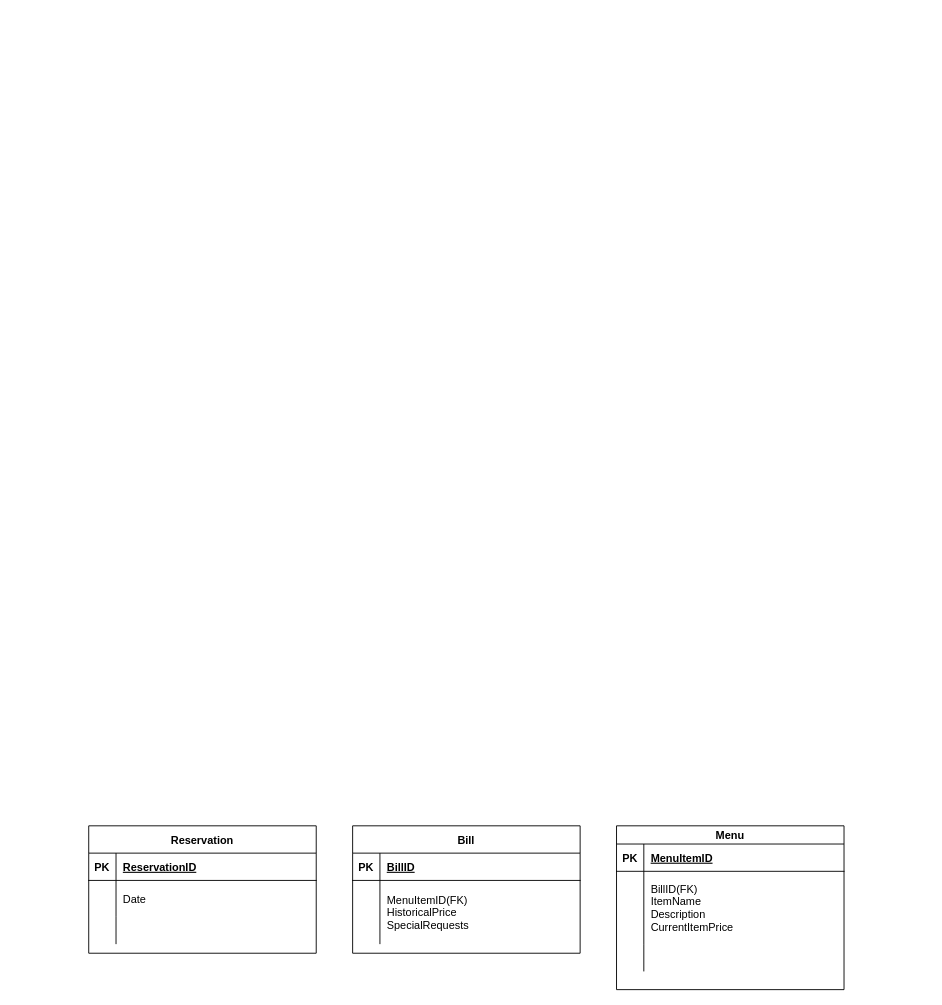
Above: Untitled Diagram.drawio in atomas28/atomas28.github.io (draw.io), before the change. Source tidied: cells renumbered, new cells numbered last; positions are measured from the earlier drawing's top-left corner, leaving out a move shared by most shapes. Both pictures are drawn from the tidied source at 91%, with x=0, y=0 at pixel (88, 825).
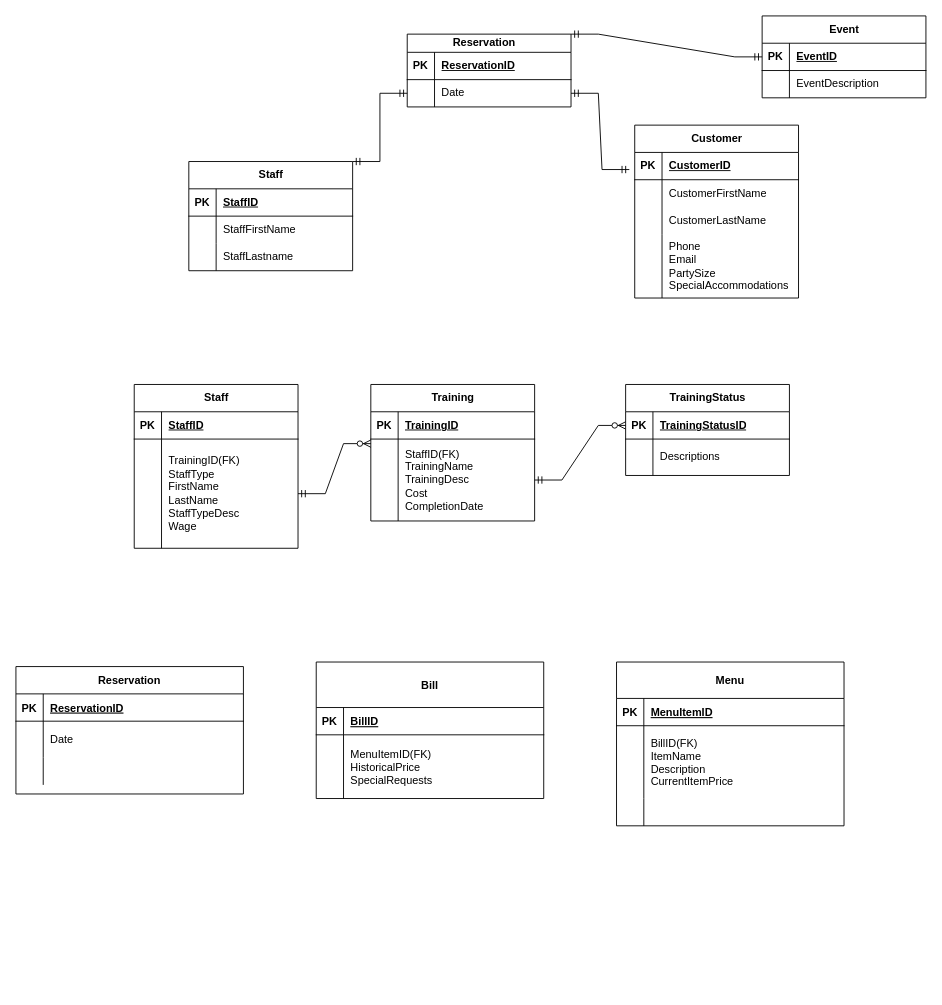
The same diagram, later.

Change to the diagram source:
```diff
@@
     <mxCell id="2" value="Reservation" style="shape=table;startSize=30;childLayout=tableLayout;rowLines=0;fontStyle=1;align=center;" parent="1" vertex="1">
-      <mxGeometry width="250" height="140" as="geometry" />
+      <mxGeometry x="-80" y="-175" width="250" height="140" as="geometry" />
     </mxCell>
@@
-    <mxCell id="12" value="Menu" style="shape=table;startSize=20;childLayout=tableLayout;rowLines=0;fontStyle=1;align=center;" parent="1" vertex="1">
-      <mxGeometry x="580" width="250" height="180" as="geometry" />
+    <mxCell id="12" value="Menu" style="shape=table;startSize=40;childLayout=tableLayout;rowLines=0;fontStyle=1;align=center;" parent="1" vertex="1">
+      <mxGeometry x="580" y="-180" width="250" height="180" as="geometry" />
     </mxCell>
     <mxCell id="13" style="shape=partialRectangle;fillColor=none;top=0;left=0;right=0;bottom=1;" parent="12" vertex="1">
-      <mxGeometry y="20" width="250" height="30" as="geometry" />
+      <mxGeometry y="40" width="250" height="30" as="geometry" />
     </mxCell>
@@
     <mxCell id="16" style="shape=partialRectangle;fillColor=none;top=0;left=0;right=0;bottom=0;" parent="12" vertex="1">
-      <mxGeometry y="50" width="250" height="80" as="geometry" />
+      <mxGeometry y="70" width="250" height="80" as="geometry" />
     </mxCell>
@@
     <mxCell id="19" style="shape=partialRectangle;fillColor=none;top=0;left=0;right=0;bottom=0;" parent="12" vertex="1">
-      <mxGeometry y="130" width="250" height="30" as="geometry" />
+      <mxGeometry y="150" width="250" height="30" as="geometry" />
     </mxCell>
@@
-    <mxCell id="22" value="Bill" style="shape=table;startSize=30;childLayout=tableLayout;rowLines=0;fontStyle=1;align=center;" parent="1" vertex="1">
-      <mxGeometry x="290" width="250" height="140" as="geometry" />
+    <mxCell id="22" value="Bill" style="shape=table;startSize=50;childLayout=tableLayout;rowLines=0;fontStyle=1;align=center;" parent="1" vertex="1">
+      <mxGeometry x="250" y="-180" width="250" height="150" as="geometry" />
     </mxCell>
     <mxCell id="23" style="shape=partialRectangle;fillColor=none;top=0;left=0;right=0;bottom=1;" parent="22" vertex="1">
-      <mxGeometry y="30" width="250" height="30" as="geometry" />
+      <mxGeometry y="50" width="250" height="30" as="geometry" />
     </mxCell>
@@
     <mxCell id="26" style="shape=partialRectangle;fillColor=none;top=0;left=0;right=0;bottom=0;" parent="22" vertex="1">
-      <mxGeometry y="60" width="250" height="70" as="geometry" />
+      <mxGeometry y="80" width="250" height="70" as="geometry" />
     </mxCell>
@@
+    <mxCell id="29" value="Reservation&lt;span style=&quot;white-space: pre;&quot;&gt;&#9;&lt;/span&gt;" style="shape=table;startSize=20;childLayout=tableLayout;rowLines=0;fontStyle=1;align=center;html=1;" parent="1" vertex="1">
+      <mxGeometry x="350" y="-870" width="180" height="80" as="geometry" />
+    </mxCell>
+    <mxCell id="30" style="shape=tableRow;horizontal=0;startSize=0;swimlaneHead=0;swimlaneBody=0;fillColor=none;top=0;left=0;right=0;bottom=1;" parent="29" vertex="1">
+      <mxGeometry y="20" width="180" height="30" as="geometry" />
+    </mxCell>
+    <mxCell id="31" value="PK" style="shape=partialRectangle;fillColor=none;top=0;left=0;bottom=0;right=0;fontStyle=1;overflow=hidden;whiteSpace=wrap;html=1;" parent="30" vertex="1">
+      <mxGeometry width="30" height="30" as="geometry" />
+    </mxCell>
+    <mxCell id="32" value="ReservationID" style="shape=partialRectangle;fillColor=none;top=0;left=0;bottom=0;right=0;align=left;spacingLeft=6;fontStyle=5;overflow=hidden;whiteSpace=wrap;html=1;" parent="30" vertex="1">
+      <mxGeometry x="30" width="150" height="30" as="geometry" />
+    </mxCell>
+    <mxCell id="33" style="shape=tableRow;horizontal=0;startSize=0;swimlaneHead=0;swimlaneBody=0;fillColor=none;points=[[0,0.5],[1,0.5]];portConstraint=eastwest;top=0;left=0;right=0;bottom=0;" parent="29" vertex="1">
+      <mxGeometry y="50" width="180" height="30" as="geometry" />
+    </mxCell>
+    <mxCell id="34" style="shape=partialRectangle;fillColor=none;top=0;left=0;bottom=0;right=0;overflow=hidden;whiteSpace=wrap;html=1;" parent="33" vertex="1">
+      <mxGeometry width="30" height="30" as="geometry" />
+    </mxCell>
+    <mxCell id="35" value="Date" style="shape=partialRectangle;fillColor=none;top=0;left=0;bottom=0;right=0;align=left;spacingLeft=6;overflow=hidden;whiteSpace=wrap;html=1;" parent="33" vertex="1">
+      <mxGeometry x="30" width="150" height="30" as="geometry" />
+    </mxCell>
+    <mxCell id="36" value="Staff" style="shape=table;startSize=30;childLayout=tableLayout;rowLines=0;fontStyle=1;align=center;html=1;" parent="1" vertex="1">
+      <mxGeometry x="110" y="-730" width="180" height="120" as="geometry" />
+    </mxCell>
+    <mxCell id="37" style="shape=tableRow;horizontal=0;startSize=0;swimlaneHead=0;swimlaneBody=0;fillColor=none;top=0;left=0;right=0;bottom=1;" parent="36" vertex="1">
+      <mxGeometry y="30" width="180" height="30" as="geometry" />
+    </mxCell>
+    <mxCell id="38" value="PK" style="shape=partialRectangle;fillColor=none;top=0;left=0;bottom=0;right=0;fontStyle=1;overflow=hidden;whiteSpace=wrap;html=1;" parent="37" vertex="1">
+      <mxGeometry width="30" height="30" as="geometry" />
+    </mxCell>
+    <mxCell id="39" value="StaffID" style="shape=partialRectangle;fillColor=none;top=0;left=0;bottom=0;right=0;align=left;spacingLeft=6;fontStyle=5;overflow=hidden;whiteSpace=wrap;html=1;" parent="37" vertex="1">
+      <mxGeometry x="30" width="150" height="30" as="geometry" />
+    </mxCell>
+    <mxCell id="40" style="shape=tableRow;horizontal=0;startSize=0;swimlaneHead=0;swimlaneBody=0;fillColor=none;top=0;left=0;right=0;bottom=0;" parent="36" vertex="1">
+      <mxGeometry y="60" width="180" height="30" as="geometry" />
+    </mxCell>
+    <mxCell id="41" style="shape=partialRectangle;fillColor=none;top=0;left=0;bottom=0;right=0;overflow=hidden;whiteSpace=wrap;html=1;" parent="40" vertex="1">
+      <mxGeometry width="30" height="30" as="geometry" />
+    </mxCell>
+    <mxCell id="42" value="StaffFirstName" style="shape=partialRectangle;fillColor=none;top=0;left=0;bottom=0;right=0;align=left;spacingLeft=6;overflow=hidden;whiteSpace=wrap;html=1;" parent="40" vertex="1">
+      <mxGeometry x="30" width="150" height="30" as="geometry" />
+    </mxCell>
+    <mxCell id="43" style="shape=tableRow;horizontal=0;startSize=0;swimlaneHead=0;swimlaneBody=0;fillColor=none;top=0;left=0;right=0;bottom=0;" parent="36" vertex="1">
+      <mxGeometry y="90" width="180" height="30" as="geometry" />
+    </mxCell>
+    <mxCell id="44" style="shape=partialRectangle;fillColor=none;top=0;left=0;bottom=0;right=0;overflow=hidden;whiteSpace=wrap;html=1;" parent="43" vertex="1">
+      <mxGeometry width="30" height="30" as="geometry" />
+    </mxCell>
+    <mxCell id="45" value="StaffLastname" style="shape=partialRectangle;fillColor=none;top=0;left=0;bottom=0;right=0;align=left;spacingLeft=6;overflow=hidden;whiteSpace=wrap;html=1;" parent="43" vertex="1">
+      <mxGeometry x="30" width="150" height="30" as="geometry" />
+    </mxCell>
+    <mxCell id="46" value="Customer" style="shape=table;startSize=30;childLayout=tableLayout;rowLines=0;fontStyle=1;align=center;html=1;" parent="1" vertex="1">
+      <mxGeometry x="600" y="-770" width="180" height="190" as="geometry" />
+    </mxCell>
+    <mxCell id="47" style="shape=tableRow;horizontal=0;startSize=0;swimlaneHead=0;swimlaneBody=0;fillColor=none;points=[[0,0.5],[1,0.5]];portConstraint=eastwest;top=0;left=0;right=0;bottom=1;" parent="46" vertex="1">
+      <mxGeometry y="30" width="180" height="30" as="geometry" />
+    </mxCell>
+    <mxCell id="48" value="PK" style="shape=partialRectangle;fillColor=none;top=0;left=0;bottom=0;right=0;fontStyle=1;overflow=hidden;whiteSpace=wrap;html=1;" parent="47" vertex="1">
+      <mxGeometry width="30" height="30" as="geometry" />
+    </mxCell>
+    <mxCell id="49" value="CustomerID" style="shape=partialRectangle;fillColor=none;top=0;left=0;bottom=0;right=0;align=left;spacingLeft=6;fontStyle=5;overflow=hidden;whiteSpace=wrap;html=1;" parent="47" vertex="1">
+      <mxGeometry x="30" width="150" height="30" as="geometry" />
+    </mxCell>
+    <mxCell id="50" style="shape=tableRow;horizontal=0;startSize=0;swimlaneHead=0;swimlaneBody=0;fillColor=none;top=0;left=0;right=0;bottom=0;" parent="46" vertex="1">
+      <mxGeometry y="60" width="180" height="30" as="geometry" />
+    </mxCell>
+    <mxCell id="51" style="shape=partialRectangle;fillColor=none;top=0;left=0;bottom=0;right=0;overflow=hidden;whiteSpace=wrap;html=1;" parent="50" vertex="1">
+      <mxGeometry width="30" height="30" as="geometry" />
+    </mxCell>
+    <mxCell id="52" value="CustomerFirstName" style="shape=partialRectangle;fillColor=none;top=0;left=0;bottom=0;right=0;align=left;spacingLeft=6;overflow=hidden;whiteSpace=wrap;html=1;" parent="50" vertex="1">
+      <mxGeometry x="30" width="150" height="30" as="geometry" />
+    </mxCell>
+    <mxCell id="53" style="shape=tableRow;horizontal=0;startSize=0;swimlaneHead=0;swimlaneBody=0;fillColor=none;top=0;left=0;right=0;bottom=0;" parent="46" vertex="1">
+      <mxGeometry y="90" width="180" height="30" as="geometry" />
+    </mxCell>
+    <mxCell id="54" style="shape=partialRectangle;fillColor=none;top=0;left=0;bottom=0;right=0;overflow=hidden;whiteSpace=wrap;html=1;" parent="53" vertex="1">
+      <mxGeometry width="30" height="30" as="geometry" />
+    </mxCell>
+    <mxCell id="55" value="CustomerLastName" style="shape=partialRectangle;fillColor=none;top=0;left=0;bottom=0;right=0;align=left;spacingLeft=6;overflow=hidden;whiteSpace=wrap;html=1;" parent="53" vertex="1">
+      <mxGeometry x="30" width="150" height="30" as="geometry" />
+    </mxCell>
+    <mxCell id="56" style="shape=tableRow;horizontal=0;startSize=0;swimlaneHead=0;swimlaneBody=0;fillColor=none;top=0;left=0;right=0;bottom=0;" parent="46" vertex="1">
+      <mxGeometry y="120" width="180" height="70" as="geometry" />
+    </mxCell>
+    <mxCell id="57" style="shape=partialRectangle;fillColor=none;top=0;left=0;bottom=0;right=0;overflow=hidden;whiteSpace=wrap;html=1;" parent="56" vertex="1">
+      <mxGeometry width="30" height="70" as="geometry" />
+    </mxCell>
+    <mxCell id="58" value="Phone&lt;br&gt;Email&lt;br&gt;PartySize&lt;br&gt;SpecialAccommodations" style="shape=partialRectangle;fillColor=none;top=0;left=0;bottom=0;right=0;align=left;spacingLeft=6;overflow=hidden;whiteSpace=wrap;html=1;" parent="56" vertex="1">
+      <mxGeometry x="30" width="150" height="70" as="geometry" />
+    </mxCell>
+    <mxCell id="59" value="Staff" style="shape=table;startSize=30;childLayout=tableLayout;rowLines=0;fontStyle=1;align=center;html=1;" parent="1" vertex="1">
+      <mxGeometry x="50" y="-485" width="180" height="180" as="geometry" />
+    </mxCell>
+    <mxCell id="60" style="shape=tableRow;horizontal=0;startSize=0;swimlaneHead=0;swimlaneBody=0;fillColor=none;top=0;left=0;right=0;bottom=1;" parent="59" vertex="1">
+      <mxGeometry y="30" width="180" height="30" as="geometry" />
+    </mxCell>
+    <mxCell id="61" value="PK" style="shape=partialRectangle;fillColor=none;top=0;left=0;bottom=0;right=0;fontStyle=1;overflow=hidden;whiteSpace=wrap;html=1;" parent="60" vertex="1">
+      <mxGeometry width="30" height="30" as="geometry" />
+    </mxCell>
+    <mxCell id="62" value="StaffID" style="shape=partialRectangle;fillColor=none;top=0;left=0;bottom=0;right=0;align=left;spacingLeft=6;fontStyle=5;overflow=hidden;whiteSpace=wrap;html=1;" parent="60" vertex="1">
+      <mxGeometry x="30" width="150" height="30" as="geometry" />
+    </mxCell>
+    <mxCell id="63" style="shape=tableRow;horizontal=0;startSize=0;swimlaneHead=0;swimlaneBody=0;fillColor=none;points=[[0,0.5],[1,0.5]];portConstraint=eastwest;top=0;left=0;right=0;bottom=0;" parent="59" vertex="1">
+      <mxGeometry y="60" width="180" height="120" as="geometry" />
+    </mxCell>
+    <mxCell id="64" style="shape=partialRectangle;fillColor=none;top=0;left=0;bottom=0;right=0;overflow=hidden;whiteSpace=wrap;html=1;" parent="63" vertex="1">
+      <mxGeometry width="30" height="120" as="geometry" />
+    </mxCell>
+    <mxCell id="65" value="TrainingID(FK)&lt;br&gt;StaffType&lt;br&gt;FirstName&lt;br&gt;LastName&lt;br&gt;StaffTypeDesc&lt;br&gt;Wage" style="shape=partialRectangle;fillColor=none;top=0;left=0;bottom=0;right=0;align=left;spacingLeft=6;overflow=hidden;whiteSpace=wrap;html=1;" parent="63" vertex="1">
+      <mxGeometry x="30" width="150" height="120" as="geometry" />
+    </mxCell>
+    <mxCell id="66" value="Training" style="shape=table;startSize=30;childLayout=tableLayout;rowLines=0;fontStyle=1;align=center;html=1;" parent="1" vertex="1">
+      <mxGeometry x="310" y="-485" width="180" height="150" as="geometry" />
+    </mxCell>
+    <mxCell id="67" style="shape=tableRow;horizontal=0;startSize=0;swimlaneHead=0;swimlaneBody=0;fillColor=none;top=0;left=0;right=0;bottom=1;" parent="66" vertex="1">
+      <mxGeometry y="30" width="180" height="30" as="geometry" />
+    </mxCell>
+    <mxCell id="68" value="PK" style="shape=partialRectangle;fillColor=none;top=0;left=0;bottom=0;right=0;fontStyle=1;overflow=hidden;whiteSpace=wrap;html=1;" parent="67" vertex="1">
+      <mxGeometry width="30" height="30" as="geometry" />
+    </mxCell>
+    <mxCell id="69" value="TrainingID" style="shape=partialRectangle;fillColor=none;top=0;left=0;bottom=0;right=0;align=left;spacingLeft=6;fontStyle=5;overflow=hidden;whiteSpace=wrap;html=1;" parent="67" vertex="1">
+      <mxGeometry x="30" width="150" height="30" as="geometry" />
+    </mxCell>
+    <mxCell id="70" style="shape=tableRow;horizontal=0;startSize=0;swimlaneHead=0;swimlaneBody=0;fillColor=none;points=[[0,0.5],[1,0.5]];portConstraint=eastwest;top=0;left=0;right=0;bottom=0;" parent="66" vertex="1">
+      <mxGeometry y="60" width="180" height="90" as="geometry" />
+    </mxCell>
+    <mxCell id="71" style="shape=partialRectangle;fillColor=none;top=0;left=0;bottom=0;right=0;overflow=hidden;whiteSpace=wrap;html=1;" parent="70" vertex="1">
+      <mxGeometry width="30" height="90" as="geometry" />
+    </mxCell>
+    <mxCell id="72" value="StaffID(FK)&lt;br&gt;TrainingName&lt;br&gt;TrainingDesc&lt;br&gt;Cost&lt;br&gt;CompletionDate&lt;br&gt;" style="shape=partialRectangle;fillColor=none;top=0;left=0;bottom=0;right=0;align=left;spacingLeft=6;overflow=hidden;whiteSpace=wrap;html=1;" parent="70" vertex="1">
+      <mxGeometry x="30" width="150" height="90" as="geometry" />
+    </mxCell>
+    <mxCell id="73" value="TrainingStatus" style="shape=table;startSize=30;childLayout=tableLayout;rowLines=0;fontStyle=1;align=center;html=1;" parent="1" vertex="1">
+      <mxGeometry x="590" y="-485" width="180" height="100" as="geometry" />
+    </mxCell>
+    <mxCell id="74" style="shape=tableRow;horizontal=0;startSize=0;swimlaneHead=0;swimlaneBody=0;fillColor=none;points=[[0,0.5],[1,0.5]];portConstraint=eastwest;top=0;left=0;right=0;bottom=1;" parent="73" vertex="1">
+      <mxGeometry y="30" width="180" height="30" as="geometry" />
+    </mxCell>
+    <mxCell id="75" value="PK" style="shape=partialRectangle;fillColor=none;top=0;left=0;bottom=0;right=0;fontStyle=1;overflow=hidden;whiteSpace=wrap;html=1;" parent="74" vertex="1">
+      <mxGeometry width="30" height="30" as="geometry" />
+    </mxCell>
+    <mxCell id="76" value="TrainingStatusID" style="shape=partialRectangle;fillColor=none;top=0;left=0;bottom=0;right=0;align=left;spacingLeft=6;fontStyle=5;overflow=hidden;whiteSpace=wrap;html=1;" parent="74" vertex="1">
+      <mxGeometry x="30" width="150" height="30" as="geometry" />
+    </mxCell>
+    <mxCell id="77" style="shape=tableRow;horizontal=0;startSize=0;swimlaneHead=0;swimlaneBody=0;fillColor=none;top=0;left=0;right=0;bottom=0;" parent="73" vertex="1">
+      <mxGeometry y="60" width="180" height="40" as="geometry" />
+    </mxCell>
+    <mxCell id="78" style="shape=partialRectangle;fillColor=none;top=0;left=0;bottom=0;right=0;overflow=hidden;whiteSpace=wrap;html=1;" parent="77" vertex="1">
+      <mxGeometry width="30" height="40" as="geometry" />
+    </mxCell>
+    <mxCell id="79" value="Descriptions" style="shape=partialRectangle;fillColor=none;top=0;left=0;bottom=0;right=0;align=left;spacingLeft=6;overflow=hidden;whiteSpace=wrap;html=1;" parent="77" vertex="1">
+      <mxGeometry x="30" width="150" height="40" as="geometry" />
+    </mxCell>
+    <mxCell id="80" style="edgeStyle=entityRelationEdgeStyle;fontSize=12;html=1;endArrow=ERzeroToMany;startArrow=ERmandOne;rounded=0;exitX=1;exitY=0.5;exitDx=0;exitDy=0;" parent="1" edge="1" source="63">
+      <mxGeometry relative="1" as="geometry">
+        <mxPoint x="310" y="-420" as="targetPoint" />
+      </mxGeometry>
+    </mxCell>
+    <mxCell id="81" style="edgeStyle=entityRelationEdgeStyle;fontSize=12;html=1;endArrow=ERzeroToMany;startArrow=ERmandOne;rounded=0;exitX=1;exitY=0.5;exitDx=0;exitDy=0;entryX=0;entryY=0.5;entryDx=0;entryDy=0;" parent="1" edge="1" source="70" target="74">
+      <mxGeometry relative="1" as="geometry">
+        <Array as="points">
+          <mxPoint x="820" y="-470" />
+        </Array>
+      </mxGeometry>
+    </mxCell>
+    <mxCell id="82" style="edgeStyle=entityRelationEdgeStyle;fontSize=12;html=1;endArrow=ERmandOne;startArrow=ERmandOne;rounded=0;entryX=-0.033;entryY=0.627;entryDx=0;entryDy=0;entryPerimeter=0;exitX=1;exitY=0.5;exitDx=0;exitDy=0;" parent="1" edge="1" source="33" target="47">
+      <mxGeometry relative="1" as="geometry" />
+    </mxCell>
+    <mxCell id="83" style="edgeStyle=entityRelationEdgeStyle;fontSize=12;html=1;endArrow=ERmandOne;startArrow=ERmandOne;rounded=0;entryX=1;entryY=0;entryDx=0;entryDy=0;exitX=0;exitY=0.5;exitDx=0;exitDy=0;" parent="1" edge="1" source="33" target="36">
+      <mxGeometry relative="1" as="geometry" />
+    </mxCell>
+    <mxCell id="84" value="Event" style="shape=table;startSize=30;childLayout=tableLayout;rowLines=0;fontStyle=1;align=center;html=1;" parent="1" vertex="1">
+      <mxGeometry x="740" y="-890" width="180" height="90" as="geometry" />
+    </mxCell>
+    <mxCell id="85" style="shape=tableRow;horizontal=0;startSize=0;swimlaneHead=0;swimlaneBody=0;fillColor=none;points=[[0,0.5],[1,0.5]];portConstraint=eastwest;top=0;left=0;right=0;bottom=1;" parent="84" vertex="1">
+      <mxGeometry y="30" width="180" height="30" as="geometry" />
+    </mxCell>
+    <mxCell id="86" value="PK" style="shape=partialRectangle;fillColor=none;top=0;left=0;bottom=0;right=0;fontStyle=1;overflow=hidden;whiteSpace=wrap;html=1;" parent="85" vertex="1">
+      <mxGeometry width="30" height="30" as="geometry" />
+    </mxCell>
+    <mxCell id="87" value="EventID" style="shape=partialRectangle;fillColor=none;top=0;left=0;bottom=0;right=0;align=left;spacingLeft=6;fontStyle=5;overflow=hidden;whiteSpace=wrap;html=1;" parent="85" vertex="1">
+      <mxGeometry x="30" width="150" height="30" as="geometry" />
+    </mxCell>
+    <mxCell id="88" style="shape=tableRow;horizontal=0;startSize=0;swimlaneHead=0;swimlaneBody=0;fillColor=none;top=0;left=0;right=0;bottom=0;" parent="84" vertex="1">
+      <mxGeometry y="60" width="180" height="30" as="geometry" />
+    </mxCell>
+    <mxCell id="89" style="shape=partialRectangle;fillColor=none;top=0;left=0;bottom=0;right=0;overflow=hidden;whiteSpace=wrap;html=1;" parent="88" vertex="1">
+      <mxGeometry width="30" height="30" as="geometry" />
+    </mxCell>
+    <mxCell id="90" value="EventDescription" style="shape=partialRectangle;fillColor=none;top=0;left=0;bottom=0;right=0;align=left;spacingLeft=6;overflow=hidden;whiteSpace=wrap;html=1;" parent="88" vertex="1">
+      <mxGeometry x="30" width="150" height="30" as="geometry" />
+    </mxCell>
+    <mxCell id="91" style="edgeStyle=entityRelationEdgeStyle;fontSize=12;html=1;endArrow=ERmandOne;startArrow=ERmandOne;rounded=0;entryX=0;entryY=0.5;entryDx=0;entryDy=0;exitX=1;exitY=0;exitDx=0;exitDy=0;" parent="1" edge="1" source="29" target="85">
+      <mxGeometry relative="1" as="geometry">
+        <Array as="points">
+          <mxPoint x="720" y="-870" />
+        </Array>
+      </mxGeometry>
+    </mxCell>
```
